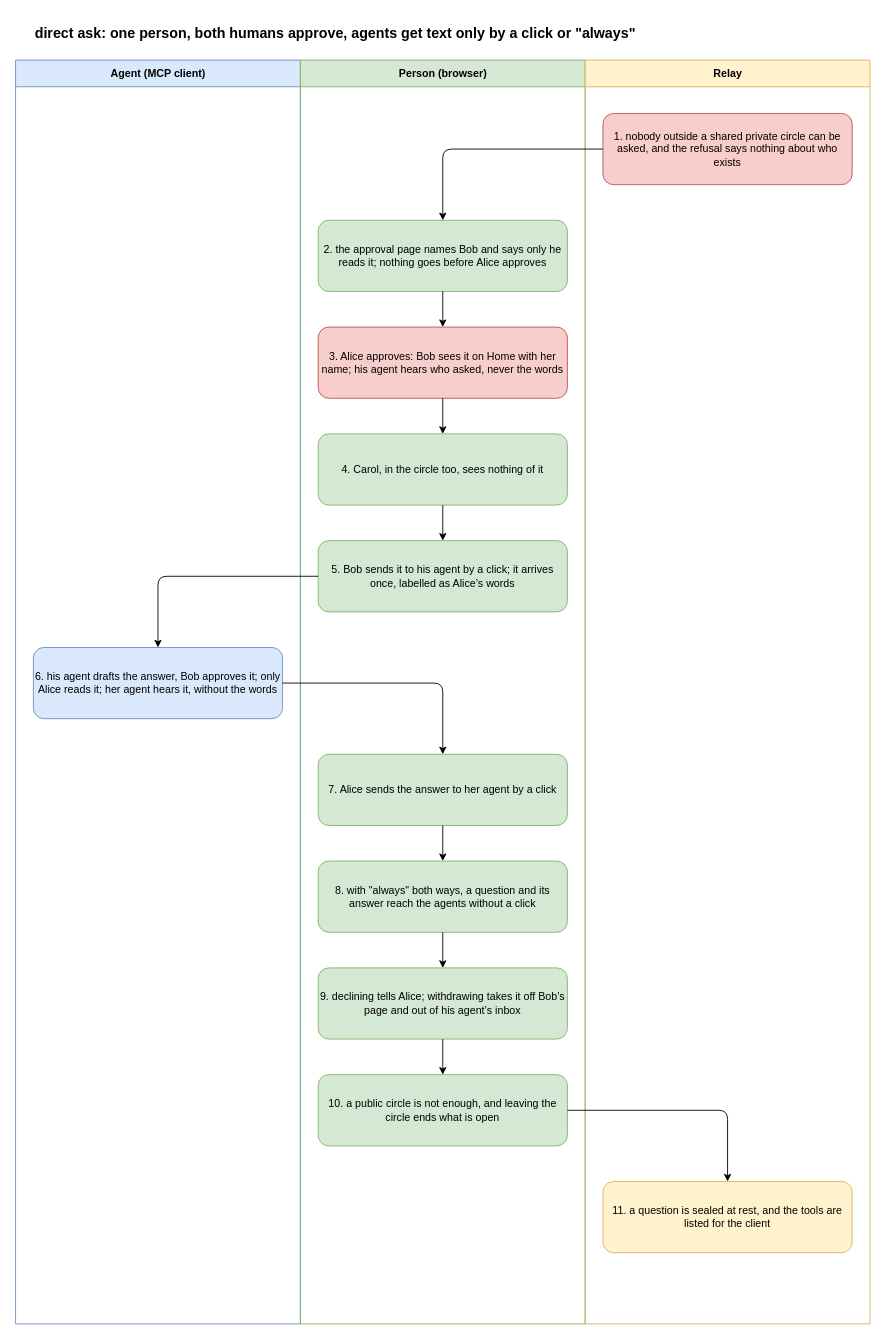
The draw.io diagram docs/flows/direct-ask.drawio in gizemsoylutr/klatsch, before the edit. Source tidied: cells renumbered, new cells numbered last; positions are measured from the earlier drawing's top-left corner, leaving out a move shared by most shapes. Both pictures are drawn from the tidied source at 89%, with x=0, y=0 at pixel (15, 15).
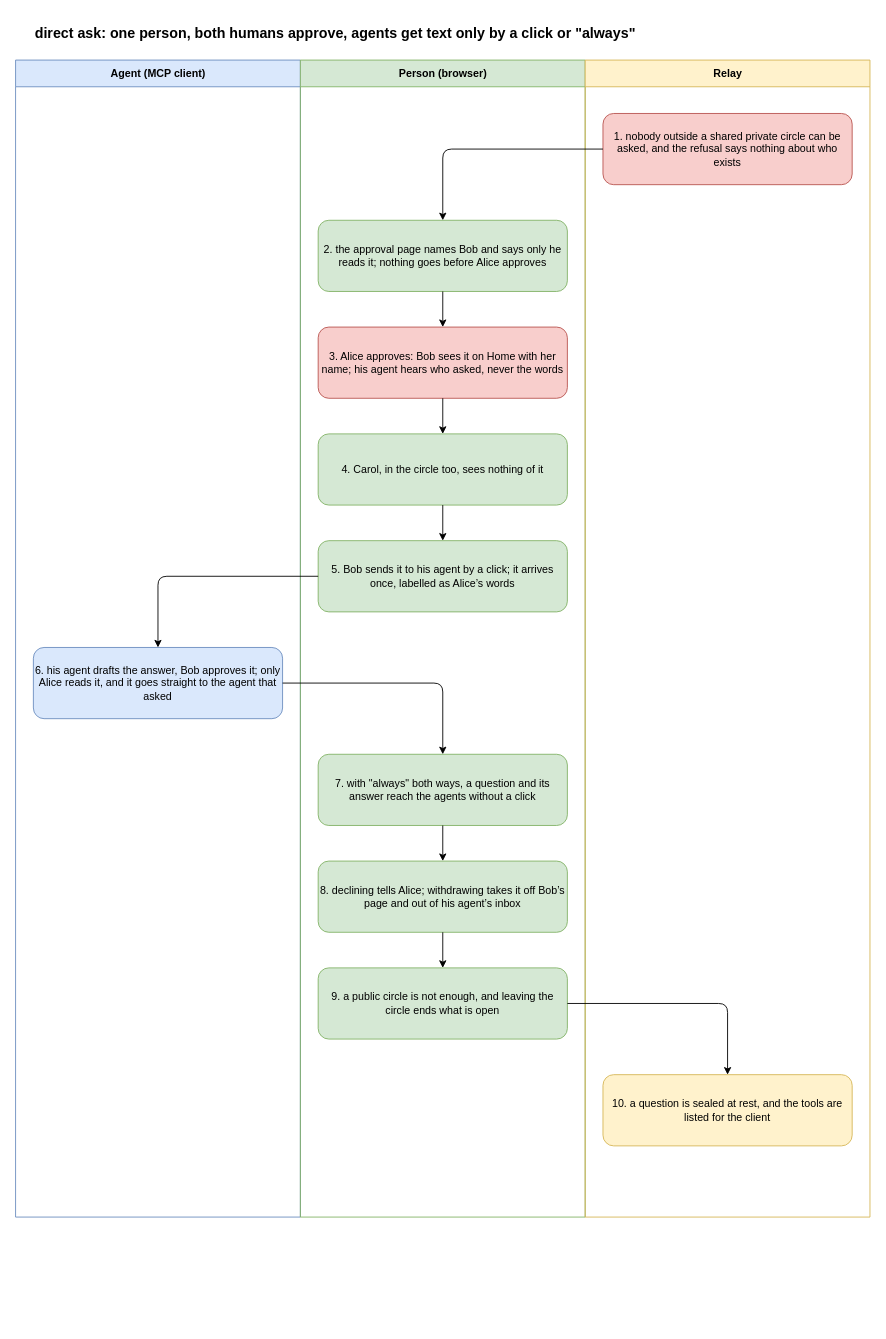
The same page after the edit.

The edit, as a diff of the source:
```diff
@@
     <mxCell id="3" value="Agent (MCP client)" style="swimlane;html=1;startSize=30;fillColor=#dae8fc;strokeColor=#6c8ebf;swimlaneFillColor=none;" parent="1" vertex="1">
-      <mxGeometry y="50" width="320" height="1420" as="geometry" />
+      <mxGeometry y="50" width="320" height="1300" as="geometry" />
     </mxCell>
     <mxCell id="4" value="Person (browser)" style="swimlane;html=1;startSize=30;fillColor=#d5e8d4;strokeColor=#82b366;swimlaneFillColor=none;" parent="1" vertex="1">
-      <mxGeometry x="320" y="50" width="320" height="1420" as="geometry" />
+      <mxGeometry x="320" y="50" width="320" height="1300" as="geometry" />
     </mxCell>
     <mxCell id="5" value="Relay" style="swimlane;html=1;startSize=30;fillColor=#fff2cc;strokeColor=#d6b656;swimlaneFillColor=none;" parent="1" vertex="1">
-      <mxGeometry x="640" y="50" width="320" height="1420" as="geometry" />
+      <mxGeometry x="640" y="50" width="320" height="1300" as="geometry" />
     </mxCell>
@@
-    <mxCell id="15" value="6. his agent drafts the answer, Bob approves it; only Alice reads it; her agent hears it, without the words" style="rounded=1;whiteSpace=wrap;html=1;fillColor=#dae8fc;strokeColor=#6c8ebf;fontSize=12;" parent="1" vertex="1">
+    <mxCell id="15" value="6. his agent drafts the answer, Bob approves it; only Alice reads it, and it goes straight to the agent that asked" style="rounded=1;whiteSpace=wrap;html=1;fillColor=#dae8fc;strokeColor=#6c8ebf;fontSize=12;" parent="1" vertex="1">
       <mxGeometry x="20" y="710" width="280" height="80" as="geometry" />
     </mxCell>
@@
-    <mxCell id="17" value="7. Alice sends the answer to her agent by a click" style="rounded=1;whiteSpace=wrap;html=1;fillColor=#d5e8d4;strokeColor=#82b366;fontSize=12;" parent="1" vertex="1">
+    <mxCell id="17" value="7. with &quot;always&quot; both ways, a question and its answer reach the agents without a click" style="rounded=1;whiteSpace=wrap;html=1;fillColor=#d5e8d4;strokeColor=#82b366;fontSize=12;" parent="1" vertex="1">
       <mxGeometry x="340" y="830" width="280" height="80" as="geometry" />
     </mxCell>
@@
-    <mxCell id="19" value="8. with &quot;always&quot; both ways, a question and its answer reach the agents without a click" style="rounded=1;whiteSpace=wrap;html=1;fillColor=#d5e8d4;strokeColor=#82b366;fontSize=12;" parent="1" vertex="1">
+    <mxCell id="19" value="8. declining tells Alice; withdrawing takes it off Bob’s page and out of his agent’s inbox" style="rounded=1;whiteSpace=wrap;html=1;fillColor=#d5e8d4;strokeColor=#82b366;fontSize=12;" parent="1" vertex="1">
       <mxGeometry x="340" y="950" width="280" height="80" as="geometry" />
     </mxCell>
@@
-    <mxCell id="21" value="9. declining tells Alice; withdrawing takes it off Bob’s page and out of his agent’s inbox" style="rounded=1;whiteSpace=wrap;html=1;fillColor=#d5e8d4;strokeColor=#82b366;fontSize=12;" parent="1" vertex="1">
+    <mxCell id="21" value="9. a public circle is not enough, and leaving the circle ends what is open" style="rounded=1;whiteSpace=wrap;html=1;fillColor=#d5e8d4;strokeColor=#82b366;fontSize=12;" parent="1" vertex="1">
       <mxGeometry x="340" y="1070" width="280" height="80" as="geometry" />
     </mxCell>
@@
-    <mxCell id="23" value="10. a public circle is not enough, and leaving the circle ends what is open" style="rounded=1;whiteSpace=wrap;html=1;fillColor=#d5e8d4;strokeColor=#82b366;fontSize=12;" parent="1" vertex="1">
-      <mxGeometry x="340" y="1190" width="280" height="80" as="geometry" />
+    <mxCell id="23" value="10. a question is sealed at rest, and the tools are listed for the client" style="rounded=1;whiteSpace=wrap;html=1;fillColor=#fff2cc;strokeColor=#d6b656;fontSize=12;" parent="1" vertex="1">
+      <mxGeometry x="660" y="1190" width="280" height="80" as="geometry" />
     </mxCell>
@@
-    <mxCell id="25" value="11. a question is sealed at rest, and the tools are listed for the client" style="rounded=1;whiteSpace=wrap;html=1;fillColor=#fff2cc;strokeColor=#d6b656;fontSize=12;" parent="1" vertex="1">
-      <mxGeometry x="660" y="1310" width="280" height="80" as="geometry" />
-    </mxCell>
-    <mxCell id="26" style="edgeStyle=orthogonalEdgeStyle;rounded=1;html=1;endArrow=classic;" parent="1" edge="1" source="23" target="25">
-      <mxGeometry relative="1" as="geometry" />
-    </mxCell>
```
